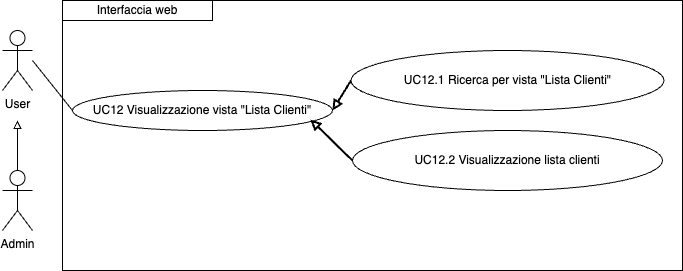
Earlier version of the draw.io export imgs/Uml/UC12.png (ShameIRL/farmacode). Source tidied: cells renumbered, new cells last; positions are measured from the earlier drawing's top-left corner, leaving out a move shared by most shapes. Its diagram source:
```xml
<mxGraphModel>
  <root>
    <mxCell id="0" />
    <mxCell id="1" parent="0" />
    <mxCell id="2" value="UC12.1&amp;nbsp;Ricerca per vista &quot;Lista Clienti&quot;" style="ellipse;whiteSpace=wrap;html=1;" parent="1" vertex="1">
      <mxGeometry x="348.5" y="50" width="313" height="60" as="geometry" />
    </mxCell>
    <mxCell id="3" value="UC12.2&amp;nbsp;Visualizzazione lista clienti" style="ellipse;whiteSpace=wrap;html=1;" parent="1" vertex="1">
      <mxGeometry x="350" y="130" width="310" height="60" as="geometry" />
    </mxCell>
    <mxCell id="4" value="UC12&amp;nbsp;Visualizzazione vista &quot;Lista Clienti&quot;" style="ellipse;whiteSpace=wrap;html=1;" parent="1" vertex="1">
      <mxGeometry x="70" y="90" width="260" height="40" as="geometry" />
    </mxCell>
    <mxCell id="5" style="endArrow=none;html=1;rounded=0;" parent="1" edge="1">
      <mxGeometry relative="1" as="geometry">
        <mxPoint x="30" y="60" as="sourcePoint" />
        <mxPoint x="70" y="110" as="targetPoint" />
      </mxGeometry>
    </mxCell>
    <mxCell id="6" style="endArrow=none;html=1;rounded=0;entryX=0;entryY=0.5;entryDx=0;entryDy=0;startArrow=block;startFill=0;strokeWidth=2;exitX=1;exitY=0.5;exitDx=0;exitDy=0;" parent="1" edge="1" source="4" target="2">
      <mxGeometry relative="1" as="geometry" />
    </mxCell>
    <mxCell id="7" style="endArrow=none;html=1;rounded=0;entryX=0;entryY=0.5;entryDx=0;entryDy=0;startArrow=block;startFill=0;strokeWidth=2;exitX=0.915;exitY=0.725;exitDx=0;exitDy=0;exitPerimeter=0;" parent="1" edge="1" source="4" target="3">
      <mxGeometry relative="1" as="geometry" />
    </mxCell>
    <mxCell id="8" value="Interfaccia web" style="rounded=0;whiteSpace=wrap;html=1;" parent="1" vertex="1">
      <mxGeometry x="60" width="150" height="20" as="geometry" />
    </mxCell>
    <mxCell id="9" style="edgeStyle=orthogonalEdgeStyle;rounded=0;jettySize=auto;html=1;exitX=0.5;exitY=0;exitDx=0;exitDy=0;exitPerimeter=0;endArrow=block;endFill=0;" parent="1" edge="1" source="10">
      <mxGeometry relative="1" as="geometry">
        <mxPoint x="15" y="120" as="targetPoint" />
      </mxGeometry>
    </mxCell>
    <mxCell id="10" value="Admin" style="shape=umlActor;verticalLabelPosition=bottom;verticalAlign=top;html=1;outlineConnect=0;" parent="1" vertex="1">
      <mxGeometry y="170" width="30" height="60" as="geometry" />
    </mxCell>
    <mxCell id="11" value="User" style="shape=umlActor;verticalLabelPosition=bottom;verticalAlign=top;html=1;" parent="1" vertex="1">
      <mxGeometry y="30" width="30" height="60" as="geometry" />
    </mxCell>
    <mxCell id="12" style="rounded=0;whiteSpace=wrap;html=1;fillColor=none;" parent="1" vertex="1">
      <mxGeometry x="60" width="620" height="270" as="geometry" />
    </mxCell>
  </root>
</mxGraphModel>
```
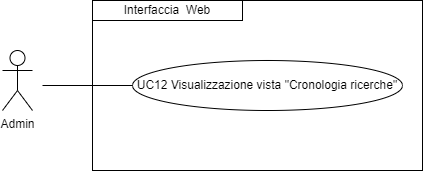
After the commit.

The edit, as a diff of the source:
```diff
@@ -2,43 +2,22 @@
   <root>
     <mxCell id="0" />
     <mxCell id="1" parent="0" />
-    <mxCell id="2" value="UC12.1&amp;nbsp;Ricerca per vista &quot;Lista Clienti&quot;" style="ellipse;whiteSpace=wrap;html=1;" parent="1" vertex="1">
-      <mxGeometry x="348.5" y="50" width="313" height="60" as="geometry" />
-    </mxCell>
-    <mxCell id="3" value="UC12.2&amp;nbsp;Visualizzazione lista clienti" style="ellipse;whiteSpace=wrap;html=1;" parent="1" vertex="1">
-      <mxGeometry x="350" y="130" width="310" height="60" as="geometry" />
-    </mxCell>
-    <mxCell id="4" value="UC12&amp;nbsp;Visualizzazione vista &quot;Lista Clienti&quot;" style="ellipse;whiteSpace=wrap;html=1;" parent="1" vertex="1">
-      <mxGeometry x="70" y="90" width="260" height="40" as="geometry" />
-    </mxCell>
-    <mxCell id="5" style="endArrow=none;html=1;rounded=0;" parent="1" edge="1">
-      <mxGeometry relative="1" as="geometry">
-        <mxPoint x="30" y="60" as="sourcePoint" />
-        <mxPoint x="70" y="110" as="targetPoint" />
-      </mxGeometry>
-    </mxCell>
-    <mxCell id="6" style="endArrow=none;html=1;rounded=0;entryX=0;entryY=0.5;entryDx=0;entryDy=0;startArrow=block;startFill=0;strokeWidth=2;exitX=1;exitY=0.5;exitDx=0;exitDy=0;" parent="1" edge="1" source="4" target="2">
-      <mxGeometry relative="1" as="geometry" />
-    </mxCell>
-    <mxCell id="7" style="endArrow=none;html=1;rounded=0;entryX=0;entryY=0.5;entryDx=0;entryDy=0;startArrow=block;startFill=0;strokeWidth=2;exitX=0.915;exitY=0.725;exitDx=0;exitDy=0;exitPerimeter=0;" parent="1" edge="1" source="4" target="3">
-      <mxGeometry relative="1" as="geometry" />
-    </mxCell>
-    <mxCell id="8" value="Interfaccia web" style="rounded=0;whiteSpace=wrap;html=1;" parent="1" vertex="1">
-      <mxGeometry x="60" width="150" height="20" as="geometry" />
-    </mxCell>
-    <mxCell id="9" style="edgeStyle=orthogonalEdgeStyle;rounded=0;jettySize=auto;html=1;exitX=0.5;exitY=0;exitDx=0;exitDy=0;exitPerimeter=0;endArrow=block;endFill=0;" parent="1" edge="1" source="10">
-      <mxGeometry relative="1" as="geometry">
-        <mxPoint x="15" y="120" as="targetPoint" />
-      </mxGeometry>
-    </mxCell>
-    <mxCell id="10" value="Admin" style="shape=umlActor;verticalLabelPosition=bottom;verticalAlign=top;html=1;outlineConnect=0;" parent="1" vertex="1">
+    <mxCell id="10" value="Admin&lt;div&gt;&lt;br&gt;&lt;/div&gt;" style="shape=umlActor;verticalLabelPosition=bottom;verticalAlign=top;html=1;outlineConnect=0;" parent="1" vertex="1">
       <mxGeometry y="170" width="30" height="60" as="geometry" />
     </mxCell>
-    <mxCell id="11" value="User" style="shape=umlActor;verticalLabelPosition=bottom;verticalAlign=top;html=1;" parent="1" vertex="1">
-      <mxGeometry y="30" width="30" height="60" as="geometry" />
-    </mxCell>
-    <mxCell id="12" style="rounded=0;whiteSpace=wrap;html=1;fillColor=none;" parent="1" vertex="1">
-      <mxGeometry x="60" width="620" height="270" as="geometry" />
-    </mxCell>
+    <mxCell id="13" style="rounded=0;whiteSpace=wrap;html=1;fillColor=none;" parent="1" vertex="1">
+      <mxGeometry x="90" y="120" width="330" height="170" as="geometry" />
+    </mxCell>
+    <mxCell id="14" value="&lt;div style=&quot;&quot;&gt;Interfaccia&amp;nbsp; W&lt;span style=&quot;background-color: initial;&quot;&gt;eb&lt;/span&gt;&lt;/div&gt;" style="rounded=0;whiteSpace=wrap;html=1;fillColor=none;align=center;" parent="1" vertex="1">
+      <mxGeometry x="90" y="120" width="150" height="20" as="geometry" />
+    </mxCell>
+    <mxCell id="15" value="UC12 Visualizzazione vista &quot;Cronologia ricerche&quot;" style="ellipse;whiteSpace=wrap;html=1;" parent="1" vertex="1">
+      <mxGeometry x="130" y="180" width="270" height="50" as="geometry" />
+    </mxCell>
+    <mxCell id="16" style="endArrow=none;html=1;rounded=0;entryX=0;entryY=0.5;entryDx=0;entryDy=0;" parent="1" edge="1" target="15">
+      <mxGeometry relative="1" as="geometry">
+        <mxPoint x="40" y="205" as="sourcePoint" />
+      </mxGeometry>
+    </mxCell>
   </root>
 </mxGraphModel>
```
